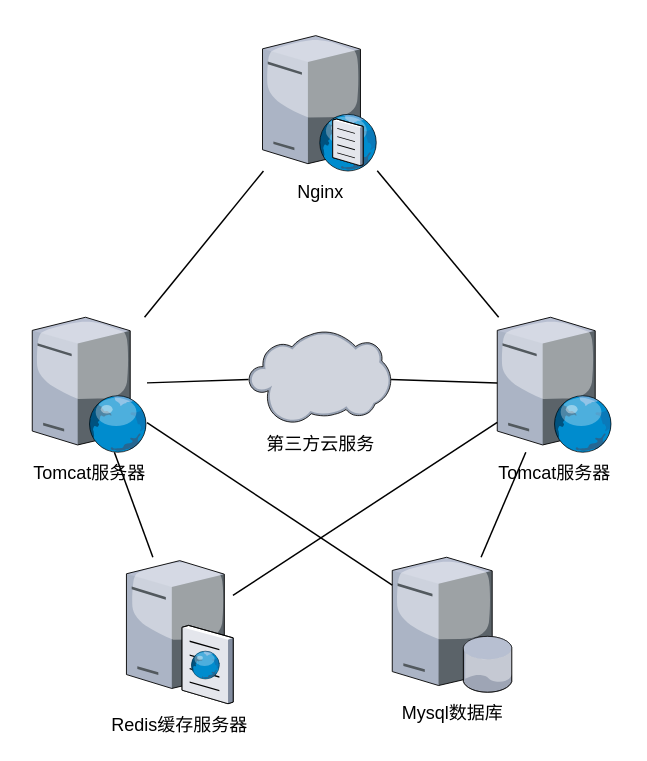
Earlier version of the draw.io diagram Untitled Diagram.drawio (shechu231/testDomen). Source tidied: cells renumbered, new cells numbered last; positions are measured from the earlier drawing's top-left corner, leaving out a move shared by most shapes. Both pictures are drawn from the tidied source at 150%, with x=0, y=0 at pixel (32, 32).
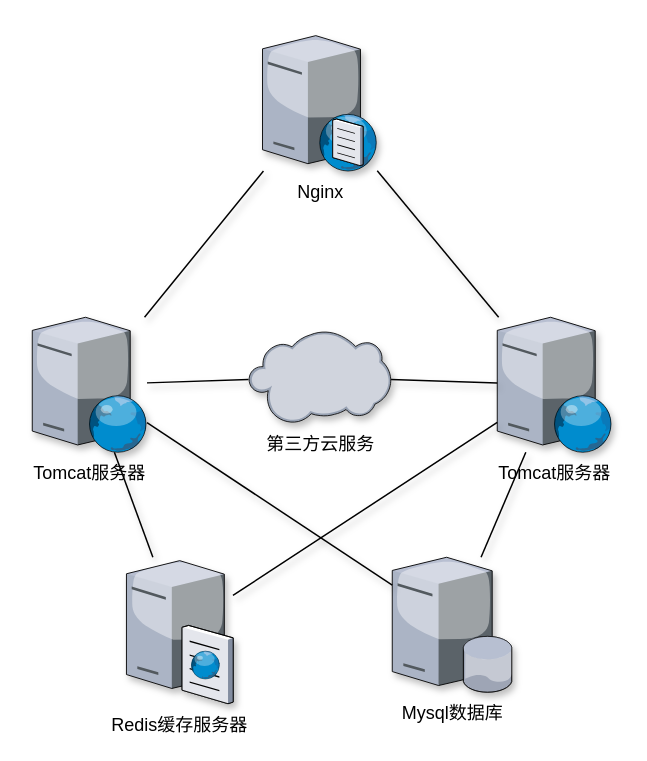
Above is the later version.

The edit, as a diff of the source:
```diff
@@
 <mxGraphModel>
   <root>
     <mxCell id="0" />
     <mxCell id="1" parent="0" />
-    <mxCell id="2" value="Tomcat服务器" style="verticalLabelPosition=bottom;sketch=0;html=1;verticalAlign=top;strokeColor=none;align=center;outlineConnect=0;shape=mxgraph.citrix.web_server;" parent="1" vertex="1">
+    <mxCell id="2" value="Tomcat服务器" style="verticalLabelPosition=bottom;sketch=0;html=1;verticalAlign=top;strokeColor=none;align=center;outlineConnect=0;shape=mxgraph.citrix.web_server;shadow=1;" parent="1" vertex="1">
       <mxGeometry y="190" width="76.5" height="90" as="geometry" />
     </mxCell>
-    <mxCell id="3" value="Tomcat服务器" style="verticalLabelPosition=bottom;sketch=0;html=1;verticalAlign=top;strokeColor=none;align=center;outlineConnect=0;shape=mxgraph.citrix.web_server;" parent="1" vertex="1">
+    <mxCell id="3" value="Tomcat服务器" style="verticalLabelPosition=bottom;sketch=0;html=1;verticalAlign=top;strokeColor=none;align=center;outlineConnect=0;shape=mxgraph.citrix.web_server;shadow=1;" parent="1" vertex="1">
       <mxGeometry x="310" y="190" width="76.5" height="90" as="geometry" />
     </mxCell>
-    <mxCell id="4" value="Mysql数据库" style="verticalLabelPosition=bottom;sketch=0;html=1;verticalAlign=top;strokeColor=none;align=center;outlineConnect=0;shape=mxgraph.citrix.database_server;" parent="1" vertex="1">
+    <mxCell id="4" value="Mysql数据库" style="verticalLabelPosition=bottom;sketch=0;html=1;verticalAlign=top;strokeColor=none;align=center;outlineConnect=0;shape=mxgraph.citrix.database_server;shadow=1;" parent="1" vertex="1">
       <mxGeometry x="240" y="350" width="80" height="90" as="geometry" />
     </mxCell>
-    <mxCell id="5" value="Redis缓存服务器" style="verticalLabelPosition=bottom;sketch=0;html=1;verticalAlign=top;strokeColor=none;align=center;outlineConnect=0;shape=mxgraph.citrix.cache_server;" parent="1" vertex="1">
+    <mxCell id="5" value="Redis缓存服务器" style="verticalLabelPosition=bottom;sketch=0;html=1;verticalAlign=top;strokeColor=none;align=center;outlineConnect=0;shape=mxgraph.citrix.cache_server;shadow=1;" parent="1" vertex="1">
       <mxGeometry x="62.8" y="350" width="71" height="97.5" as="geometry" />
     </mxCell>
-    <mxCell id="6" value="Nginx" style="verticalLabelPosition=bottom;sketch=0;html=1;verticalAlign=top;strokeColor=none;align=center;outlineConnect=0;shape=mxgraph.citrix.dns_server;" parent="1" vertex="1">
+    <mxCell id="6" value="Nginx" style="verticalLabelPosition=bottom;sketch=0;html=1;verticalAlign=top;strokeColor=none;align=center;outlineConnect=0;shape=mxgraph.citrix.dns_server;shadow=1;" parent="1" vertex="1">
       <mxGeometry x="153.5" width="76.5" height="92.5" as="geometry" />
     </mxCell>
-    <mxCell id="7" style="endArrow=none;html=1;rounded=0;" parent="1" edge="1" source="2" target="6">
+    <mxCell id="7" style="endArrow=none;html=1;rounded=0;shadow=1;" parent="1" edge="1" source="2" target="6">
       <mxGeometry relative="1" as="geometry" />
     </mxCell>
-    <mxCell id="8" style="endArrow=none;html=1;rounded=0;" parent="1" edge="1" source="3" target="6">
+    <mxCell id="8" style="endArrow=none;html=1;rounded=0;shadow=1;" parent="1" edge="1" source="3" target="6">
       <mxGeometry relative="1" as="geometry" />
     </mxCell>
-    <mxCell id="9" style="endArrow=none;html=1;rounded=0;" parent="1" edge="1" source="5" target="2">
+    <mxCell id="9" style="endArrow=none;html=1;rounded=0;shadow=1;" parent="1" edge="1" source="5" target="2">
       <mxGeometry relative="1" as="geometry" />
     </mxCell>
-    <mxCell id="10" style="endArrow=none;html=1;rounded=0;" parent="1" edge="1" source="4" target="2">
+    <mxCell id="10" style="endArrow=none;html=1;rounded=0;shadow=1;" parent="1" edge="1" source="4" target="2">
       <mxGeometry relative="1" as="geometry" />
     </mxCell>
-    <mxCell id="11" style="endArrow=none;html=1;rounded=0;" parent="1" edge="1" source="5" target="3">
+    <mxCell id="11" style="endArrow=none;html=1;rounded=0;shadow=1;" parent="1" edge="1" source="5" target="3">
       <mxGeometry relative="1" as="geometry" />
     </mxCell>
-    <mxCell id="12" style="endArrow=none;html=1;rounded=0;" parent="1" edge="1" source="4" target="3">
+    <mxCell id="12" style="endArrow=none;html=1;rounded=0;shadow=1;" parent="1" edge="1" source="4" target="3">
       <mxGeometry relative="1" as="geometry" />
     </mxCell>
-    <mxCell id="13" value="第三方云服务" style="verticalLabelPosition=bottom;sketch=0;html=1;verticalAlign=top;strokeColor=none;align=center;outlineConnect=0;shape=mxgraph.citrix.cloud;" parent="1" vertex="1">
+    <mxCell id="13" value="第三方云服务" style="verticalLabelPosition=bottom;sketch=0;html=1;verticalAlign=top;strokeColor=none;align=center;outlineConnect=0;shape=mxgraph.citrix.cloud;shadow=1;" parent="1" vertex="1">
       <mxGeometry x="144.2" y="199" width="95" height="62" as="geometry" />
     </mxCell>
-    <mxCell id="14" style="endArrow=none;html=1;rounded=0;" parent="1" edge="1" source="2" target="13">
+    <mxCell id="14" style="endArrow=none;html=1;rounded=0;shadow=1;" parent="1" edge="1" source="2" target="13">
       <mxGeometry relative="1" as="geometry" />
     </mxCell>
-    <mxCell id="15" style="endArrow=none;html=1;rounded=0;" parent="1" edge="1" source="13" target="3">
+    <mxCell id="15" style="endArrow=none;html=1;rounded=0;shadow=1;" parent="1" edge="1" source="13" target="3">
       <mxGeometry relative="1" as="geometry" />
     </mxCell>
   </root>
 </mxGraphModel>
```
